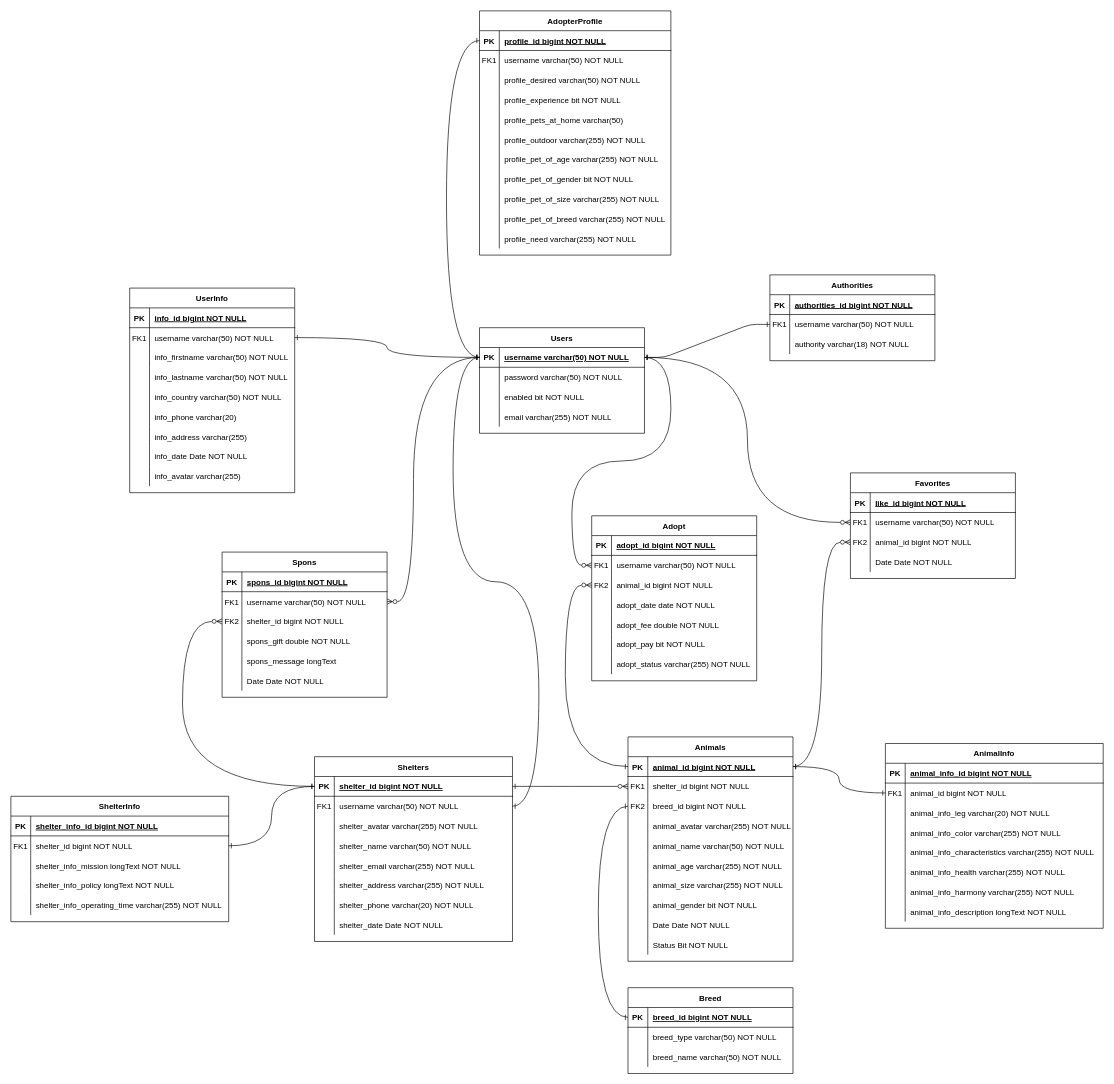
The draw.io diagram Entity.drawio in DucsDung1412/Project-Findpet, before the edit. Source tidied: cells renumbered, new cells numbered last; positions are measured from the earlier drawing's top-left corner, leaving out a move shared by most shapes. Both pictures are drawn from the tidied source at 66%, with x=0, y=0 at pixel (11, 11).
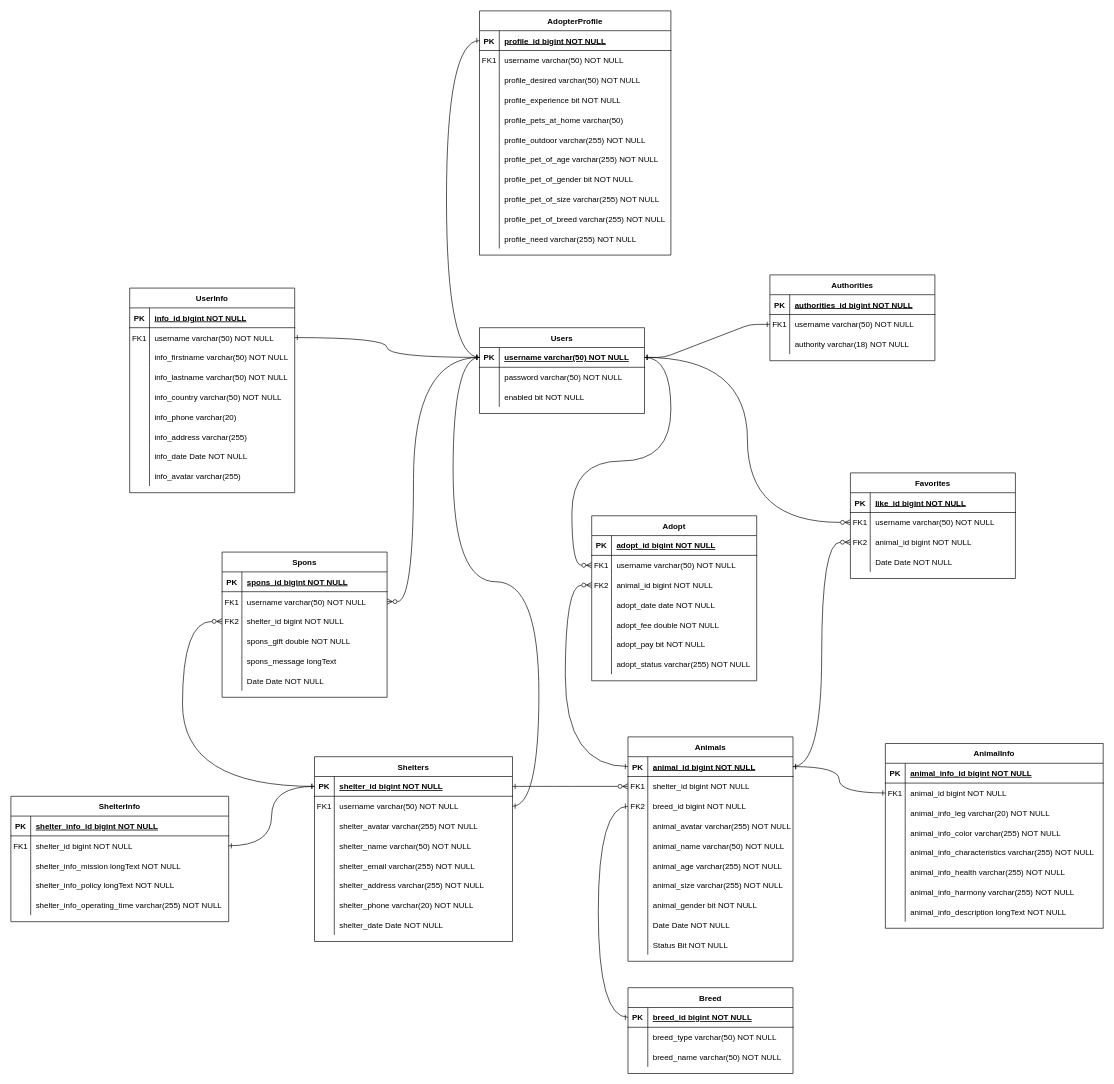
The same diagram, later.

What changed in the source:
```diff
@@
     <mxCell id="202" value="Users" style="shape=table;startSize=30;childLayout=tableLayout;rowLines=0;fontStyle=1;align=center;" parent="1" vertex="1">
-      <mxGeometry x="710" y="480" width="250" height="160" as="geometry" />
+      <mxGeometry x="710" y="480" width="250" height="130" as="geometry" />
     </mxCell>
@@
-    <mxCell id="212" style="shape=partialRectangle;fillColor=none;top=0;left=0;right=0;bottom=0;" parent="202" vertex="1">
-      <mxGeometry y="120" width="250" height="30" as="geometry" />
-    </mxCell>
-    <mxCell id="213" style="shape=partialRectangle;overflow=hidden;fillColor=none;top=0;left=0;bottom=0;right=0;" parent="212" vertex="1">
-      <mxGeometry width="30" height="30" as="geometry" />
-    </mxCell>
-    <mxCell id="214" value="email varchar(255) NOT NULL" style="shape=partialRectangle;overflow=hidden;fillColor=none;top=0;left=0;bottom=0;right=0;align=left;spacingLeft=6;" parent="212" vertex="1">
-      <mxGeometry x="30" width="220" height="30" as="geometry" />
-    </mxCell>
```
